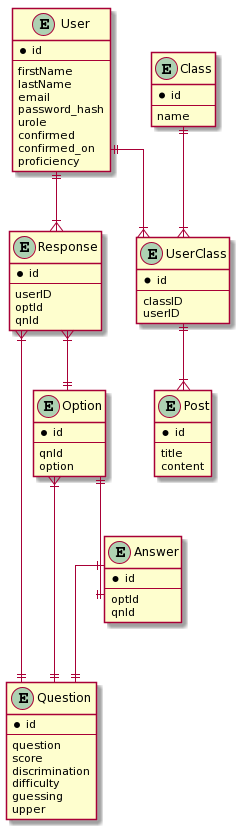
The PlantUML diagram docs/diagrams/Database.png in Orbital-Knewbie/Knewbie, before a commit.
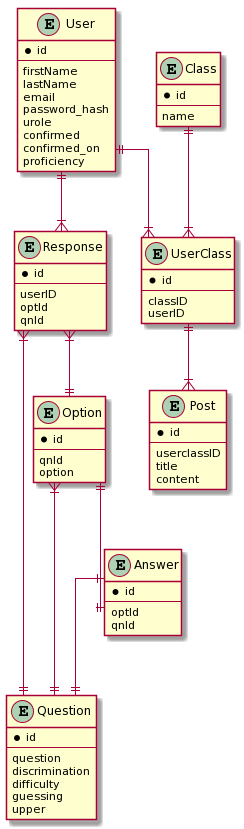
After the commit.

Commit message:
Implement Database Design in Model

Change to the diagram source:
```diff
@@ -26,7 +26,6 @@
 *id
 --
 question
-score
 discrimination
 difficulty
 guessing
@@ -50,6 +49,7 @@
 entity Post {
 *id
 --
+userclassID
 title
 content
 }
```
